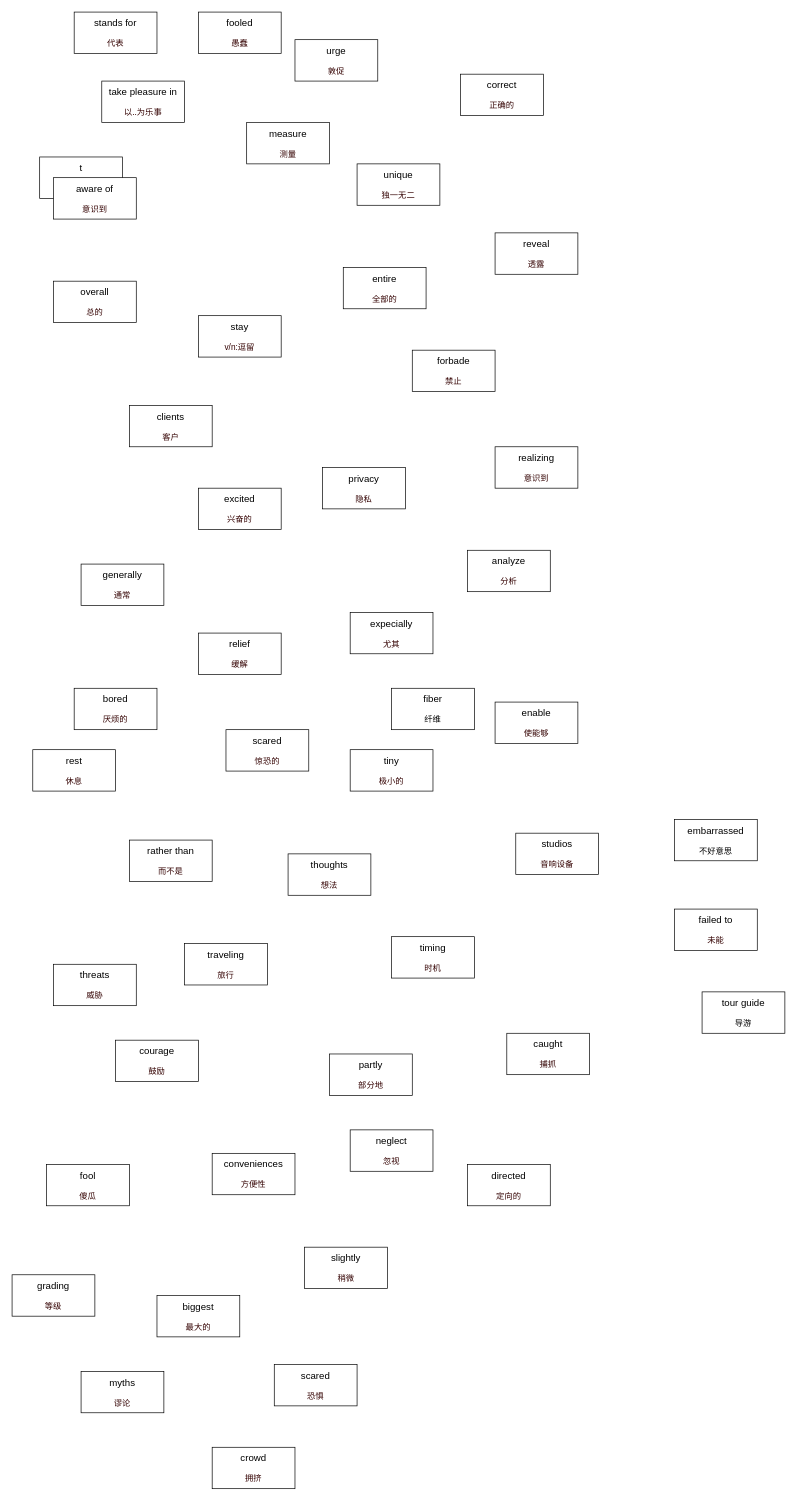
banBlue/drawio keeps this draw.io diagram as ocean.drawio. Above is the earlier version. Source tidied: cells renumbered, new cells numbered last; positions are measured from the earlier drawing's top-left corner, leaving out a move shared by most shapes. Both pictures are drawn from the tidied source at 69%, with x=0, y=0 at pixel (12, 12).
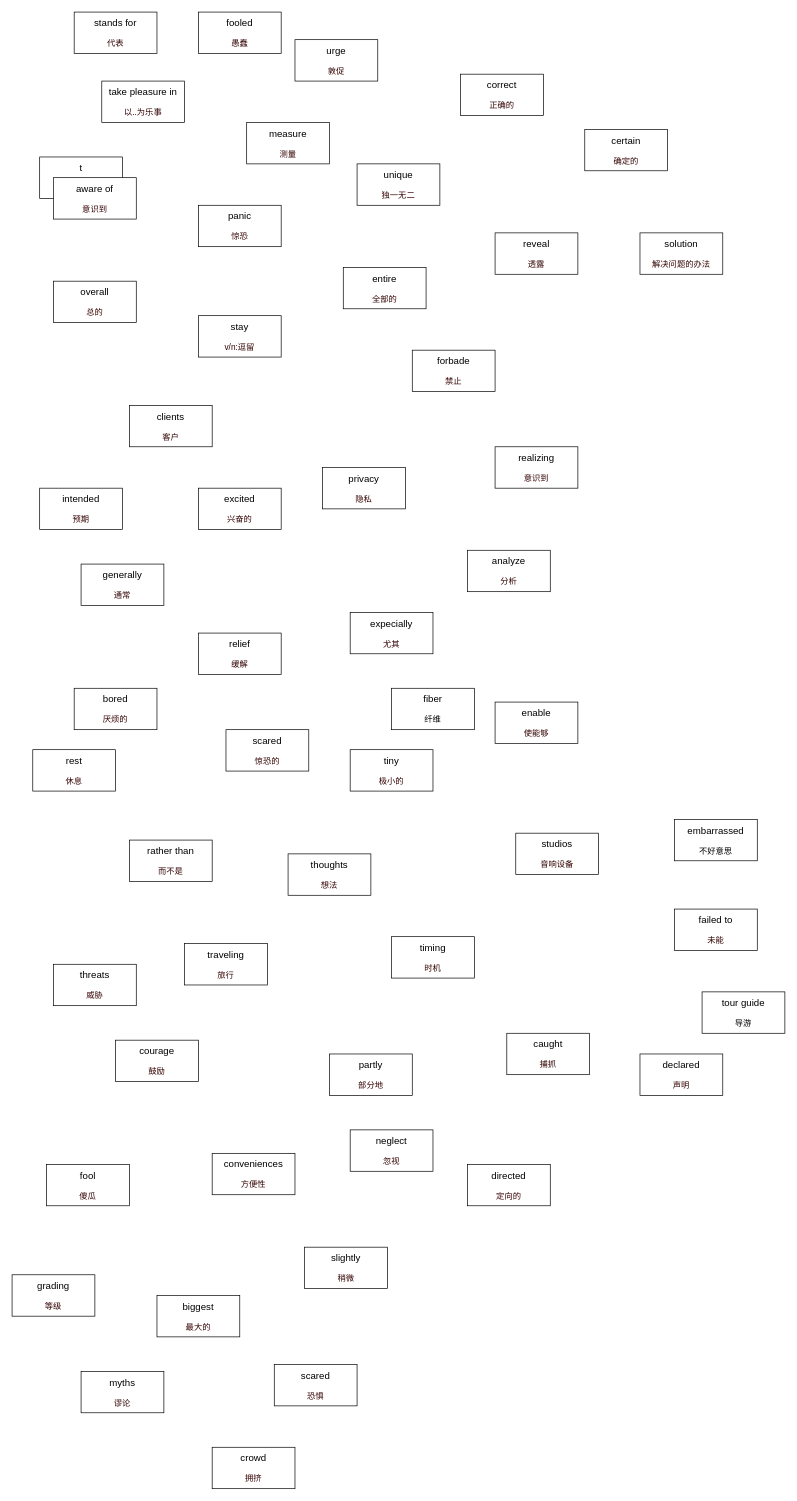
Above is the later version.

The edit, as a diff of the source:
```diff
@@
+    <mxCell id="52" value="&lt;font style=&quot;font-size: 14px&quot;&gt;panic&lt;br&gt;&lt;/font&gt;&lt;br&gt;&lt;font color=&quot;#330000&quot;&gt;惊恐&lt;/font&gt;" style="rounded=0;whiteSpace=wrap;html=1;" parent="1" vertex="1">
+      <mxGeometry x="270" y="280" width="120" height="60" as="geometry" />
+    </mxCell>
+    <mxCell id="53" value="&lt;font style=&quot;font-size: 14px&quot;&gt;intended&lt;br&gt;&lt;/font&gt;&lt;br&gt;&lt;font color=&quot;#330000&quot;&gt;预期&lt;/font&gt;" style="rounded=0;whiteSpace=wrap;html=1;" parent="1" vertex="1">
+      <mxGeometry x="40" y="690" width="120" height="60" as="geometry" />
+    </mxCell>
+    <mxCell id="54" value="&lt;font style=&quot;font-size: 14px&quot;&gt;declared&lt;br&gt;&lt;/font&gt;&lt;br&gt;&lt;font color=&quot;#330000&quot;&gt;声明&lt;/font&gt;" style="rounded=0;whiteSpace=wrap;html=1;" parent="1" vertex="1">
+      <mxGeometry x="910" y="1510" width="120" height="60" as="geometry" />
+    </mxCell>
+    <mxCell id="55" value="&lt;span style=&quot;font-size: 14px&quot;&gt;certain&lt;br&gt;&lt;/span&gt;&lt;br&gt;&lt;font color=&quot;#330000&quot;&gt;确定的&lt;/font&gt;" style="rounded=0;whiteSpace=wrap;html=1;" parent="1" vertex="1">
+      <mxGeometry x="830" y="170" width="120" height="60" as="geometry" />
+    </mxCell>
+    <mxCell id="56" value="&lt;font style=&quot;font-size: 14px&quot;&gt;solution&lt;br&gt;&lt;/font&gt;&lt;br&gt;&lt;font color=&quot;#330000&quot;&gt;解决问题的办法&lt;/font&gt;" style="rounded=0;whiteSpace=wrap;html=1;" parent="1" vertex="1">
+      <mxGeometry x="910" y="320" width="120" height="60" as="geometry" />
+    </mxCell>
```
